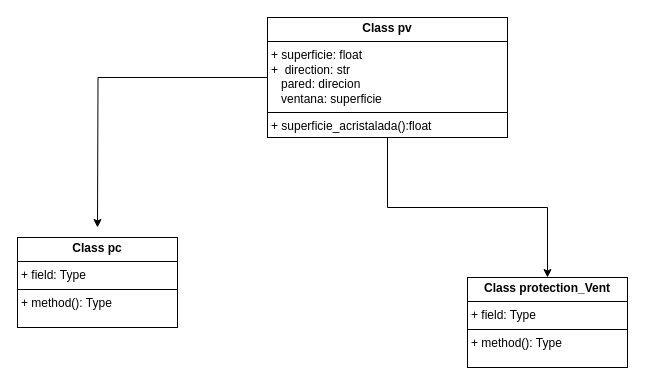
Before: ventana-pared.drawio in Alfonso18Feb/Herencia, a draw.io diagram. Source tidied: cells renumbered, new cells numbered last; positions are measured from the earlier drawing's top-left corner, leaving out a move shared by most shapes. Both pictures are drawn from the tidied source at 100%, with x=0, y=0 at pixel (17, 17).
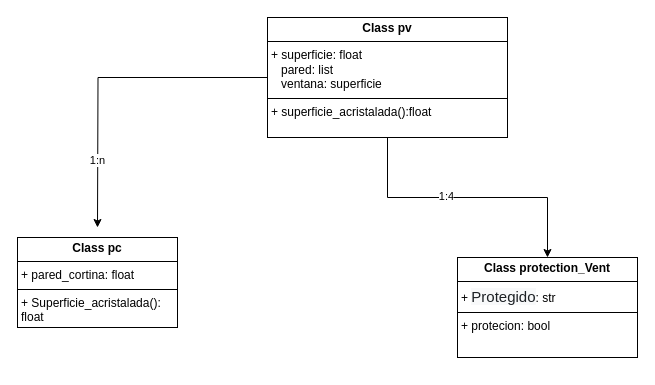
The same diagram, later.

What changed in the source:
```diff
@@
 <mxGraphModel>
   <root>
     <mxCell id="0" />
     <mxCell id="1" parent="0" />
     <mxCell id="2" style="edgeStyle=orthogonalEdgeStyle;rounded=0;jettySize=auto;html=1;" parent="1" edge="1" source="4">
       <mxGeometry relative="1" as="geometry">
         <mxPoint x="80" y="210" as="targetPoint" />
       </mxGeometry>
     </mxCell>
+    <mxCell id="7" value="1:n" style="edgeLabel;html=1;align=center;verticalAlign=middle;" parent="2" vertex="1">
+      <mxGeometry x="0.58" y="-1" relative="1" as="geometry" />
+    </mxCell>
     <mxCell id="3" style="edgeStyle=orthogonalEdgeStyle;rounded=0;jettySize=auto;html=1;exitX=0.5;exitY=1;exitDx=0;exitDy=0;entryX=0.5;entryY=0;entryDx=0;entryDy=0;" parent="1" edge="1" source="4" target="6">
       <mxGeometry relative="1" as="geometry" />
     </mxCell>
+    <mxCell id="8" value="1:4" style="edgeLabel;html=1;align=center;verticalAlign=middle;" parent="3" vertex="1">
+      <mxGeometry x="-0.16" y="2" relative="1" as="geometry" />
+    </mxCell>
-    <mxCell id="4" value="&lt;p style=&quot;margin:0px;margin-top:4px;text-align:center;&quot;&gt;&lt;b&gt;Class pv&lt;/b&gt;&lt;/p&gt;&lt;hr size=&quot;1&quot; style=&quot;border-style:solid;&quot;&gt;&lt;p style=&quot;margin:0px;margin-left:4px;&quot;&gt;+ superficie: float&lt;/p&gt;&lt;p style=&quot;margin:0px;margin-left:4px;&quot;&gt;+&amp;nbsp; direction: str&lt;/p&gt;&lt;p style=&quot;margin:0px;margin-left:4px;&quot;&gt;&amp;nbsp; &amp;nbsp;pared: direcion&lt;/p&gt;&lt;p style=&quot;margin:0px;margin-left:4px;&quot;&gt;&amp;nbsp; &amp;nbsp;ventana: superficie&lt;/p&gt;&lt;hr size=&quot;1&quot; style=&quot;border-style:solid;&quot;&gt;&lt;p style=&quot;margin:0px;margin-left:4px;&quot;&gt;+ superficie_acristalada():float&lt;/p&gt;" style="verticalAlign=top;align=left;overflow=fill;html=1;whiteSpace=wrap;" parent="1" vertex="1">
+    <mxCell id="4" value="&lt;p style=&quot;margin:0px;margin-top:4px;text-align:center;&quot;&gt;&lt;b&gt;Class pv&lt;/b&gt;&lt;/p&gt;&lt;hr size=&quot;1&quot; style=&quot;border-style:solid;&quot;&gt;&lt;p style=&quot;margin:0px;margin-left:4px;&quot;&gt;+ superficie: float&lt;/p&gt;&lt;p style=&quot;margin:0px;margin-left:4px;&quot;&gt;&amp;nbsp; &amp;nbsp;pared: list&lt;/p&gt;&lt;p style=&quot;margin:0px;margin-left:4px;&quot;&gt;&amp;nbsp; &amp;nbsp;ventana: superficie&lt;/p&gt;&lt;hr size=&quot;1&quot; style=&quot;border-style:solid;&quot;&gt;&lt;p style=&quot;margin:0px;margin-left:4px;&quot;&gt;+ superficie_acristalada():float&lt;/p&gt;" style="verticalAlign=top;align=left;overflow=fill;html=1;whiteSpace=wrap;" parent="1" vertex="1">
       <mxGeometry x="250" width="240" height="120" as="geometry" />
     </mxCell>
-    <mxCell id="5" value="&lt;p style=&quot;margin:0px;margin-top:4px;text-align:center;&quot;&gt;&lt;b&gt;Class pc&lt;/b&gt;&lt;/p&gt;&lt;hr size=&quot;1&quot; style=&quot;border-style:solid;&quot;&gt;&lt;p style=&quot;margin:0px;margin-left:4px;&quot;&gt;+ field: Type&lt;/p&gt;&lt;hr size=&quot;1&quot; style=&quot;border-style:solid;&quot;&gt;&lt;p style=&quot;margin:0px;margin-left:4px;&quot;&gt;+ method(): Type&lt;/p&gt;" style="verticalAlign=top;align=left;overflow=fill;html=1;whiteSpace=wrap;" parent="1" vertex="1">
+    <mxCell id="5" value="&lt;p style=&quot;margin:0px;margin-top:4px;text-align:center;&quot;&gt;&lt;b&gt;Class pc&lt;/b&gt;&lt;/p&gt;&lt;hr size=&quot;1&quot; style=&quot;border-style:solid;&quot;&gt;&lt;p style=&quot;margin:0px;margin-left:4px;&quot;&gt;+ pared_cortina: float&lt;/p&gt;&lt;hr size=&quot;1&quot; style=&quot;border-style:solid;&quot;&gt;&lt;p style=&quot;margin:0px;margin-left:4px;&quot;&gt;+ Superficie_acristalada(): float&lt;/p&gt;" style="verticalAlign=top;align=left;overflow=fill;html=1;whiteSpace=wrap;" parent="1" vertex="1">
       <mxGeometry y="220" width="160" height="90" as="geometry" />
     </mxCell>
-    <mxCell id="6" value="&lt;p style=&quot;margin:0px;margin-top:4px;text-align:center;&quot;&gt;&lt;b&gt;Class protection_Vent&lt;/b&gt;&lt;/p&gt;&lt;hr size=&quot;1&quot; style=&quot;border-style:solid;&quot;&gt;&lt;p style=&quot;margin:0px;margin-left:4px;&quot;&gt;+ field: Type&lt;/p&gt;&lt;hr size=&quot;1&quot; style=&quot;border-style:solid;&quot;&gt;&lt;p style=&quot;margin:0px;margin-left:4px;&quot;&gt;+ method(): Type&lt;/p&gt;" style="verticalAlign=top;align=left;overflow=fill;html=1;whiteSpace=wrap;" parent="1" vertex="1">
-      <mxGeometry x="450" y="260" width="160" height="90" as="geometry" />
+    <mxCell id="6" value="&lt;p style=&quot;margin:0px;margin-top:4px;text-align:center;&quot;&gt;&lt;b&gt;Class protection_Vent&lt;/b&gt;&lt;/p&gt;&lt;hr size=&quot;1&quot; style=&quot;border-style:solid;&quot;&gt;&lt;p style=&quot;margin:0px;margin-left:4px;&quot;&gt;+ &lt;font face=&quot;Manrope&quot; color=&quot;#1d2125&quot;&gt;&lt;span style=&quot;font-size: 15px; background-color: rgb(248, 249, 250);&quot;&gt;Protegido&lt;/span&gt;&lt;/font&gt;&lt;span style=&quot;background-color: initial;&quot;&gt;: str&lt;/span&gt;&lt;/p&gt;&lt;hr size=&quot;1&quot; style=&quot;border-style:solid;&quot;&gt;&lt;p style=&quot;margin:0px;margin-left:4px;&quot;&gt;+ protecion: bool&lt;/p&gt;" style="verticalAlign=top;align=left;overflow=fill;html=1;whiteSpace=wrap;" parent="1" vertex="1">
+      <mxGeometry x="440" y="240" width="180" height="100" as="geometry" />
     </mxCell>
   </root>
 </mxGraphModel>
```
